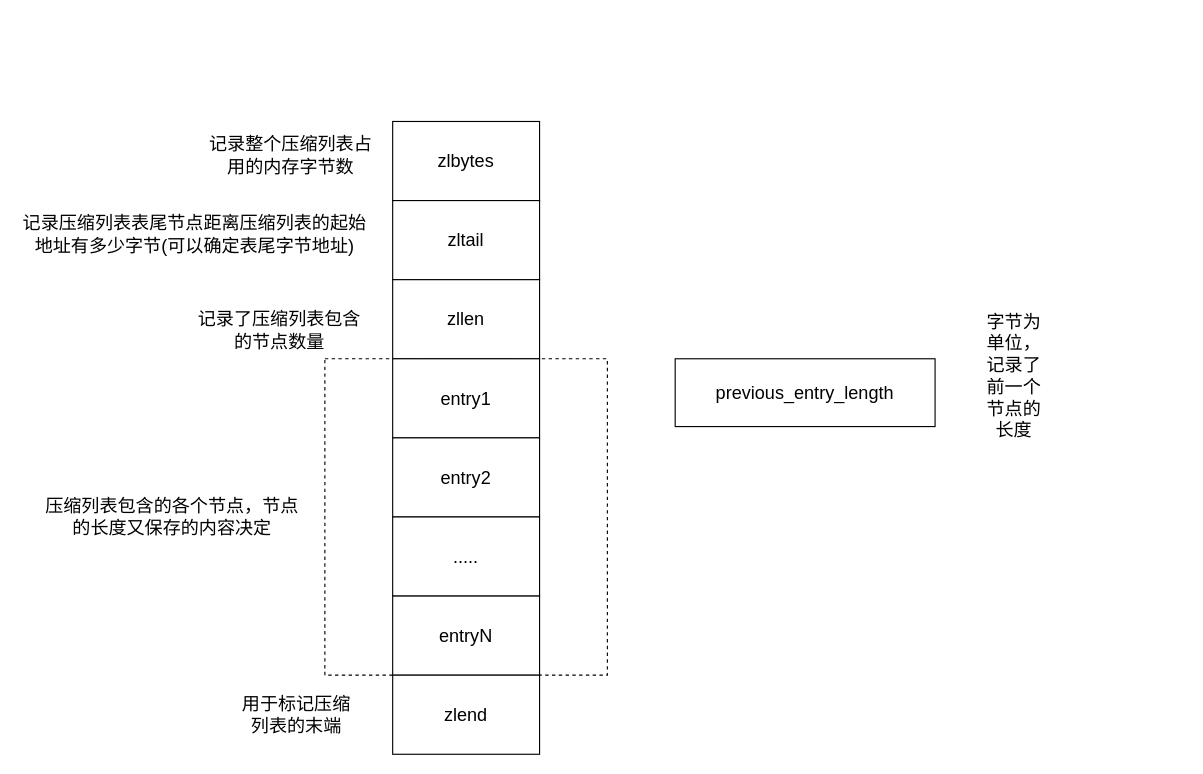
Earlier version of the draw.io diagram page "Redis-Hash" (2 of 2) of Redis/Redis.drawio (zhangyuying-cn/images). Source tidied: cells renumbered, new cells numbered last; positions are measured from the earlier drawing's top-left corner, leaving out a move shared by most shapes. Both pictures are drawn from the tidied source at 113%, with x=0, y=0 at pixel (19, 121).
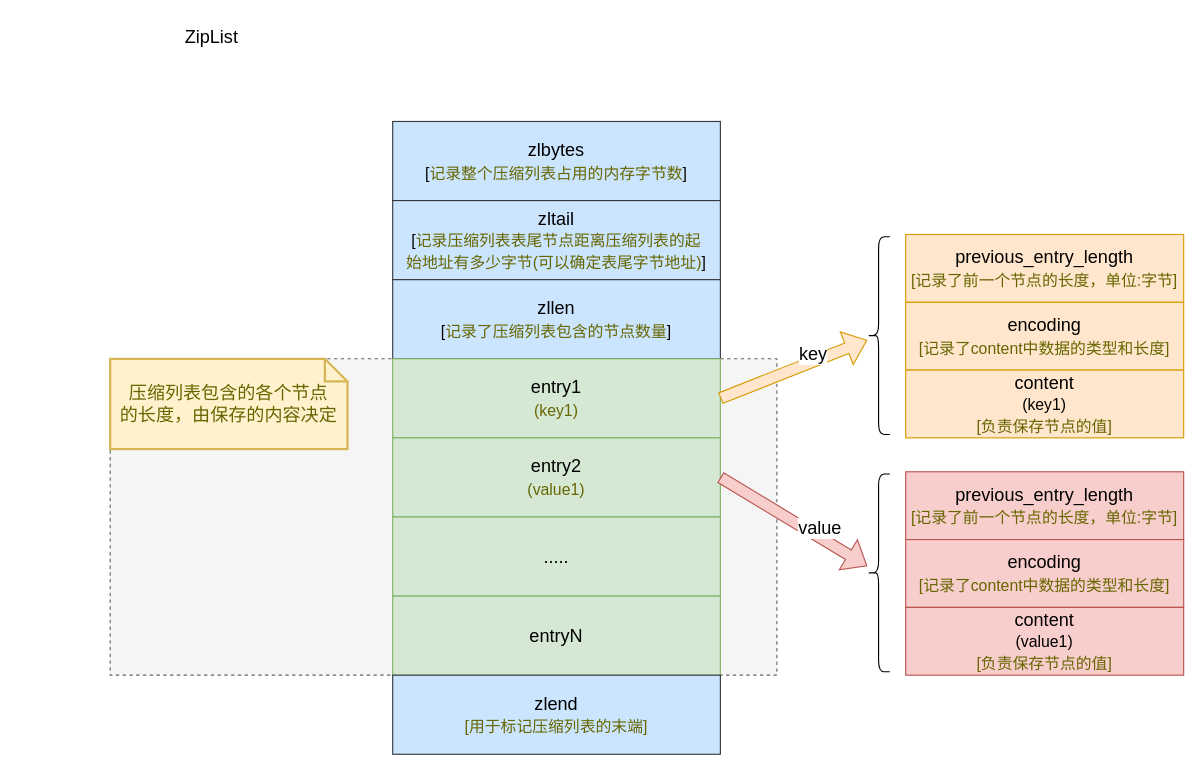
Above is the later version.

Commit message (it also covers changes not shown here):
Hash-zipList

Diff of the diagram source:
```diff
@@
-    <mxCell id="2" style="rounded=0;whiteSpace=wrap;html=1;fontSize=16;strokeWidth=1;gradientColor=none;dashed=1;" parent="1" vertex="1">
-      <mxGeometry x="270" y="210" width="250" height="280" as="geometry" />
+    <mxCell id="2" style="rounded=0;whiteSpace=wrap;html=1;fontSize=16;strokeWidth=1;dashed=1;fillColor=#f5f5f5;strokeColor=#666666;fontColor=#333333;" parent="1" vertex="1">
+      <mxGeometry x="80" y="210" width="590" height="280" as="geometry" />
     </mxCell>
-    <mxCell id="3" value="zlbytes" style="rounded=0;whiteSpace=wrap;html=1;fontSize=16;strokeWidth=1;gradientColor=none;" parent="1" vertex="1">
-      <mxGeometry x="330" width="130" height="70" as="geometry" />
+    <mxCell id="3" value="zlbytes&lt;br&gt;&lt;font style=&quot;font-size: 14px;&quot;&gt;[&lt;span style=&quot;color: rgb(102, 102, 0);&quot;&gt;记录整个压缩列表&lt;/span&gt;&lt;span style=&quot;color: rgb(102, 102, 0);&quot;&gt;占用的内存字节数&lt;/span&gt;]&lt;/font&gt;" style="rounded=0;whiteSpace=wrap;html=1;fontSize=16;strokeWidth=1;fillColor=#cce5ff;strokeColor=#36393d;" parent="1" vertex="1">
+      <mxGeometry x="330" width="290" height="70" as="geometry" />
     </mxCell>
-    <mxCell id="4" value="记录整个压缩列表占用的内存字节数" style="text;html=1;strokeColor=none;fillColor=none;align=center;verticalAlign=middle;whiteSpace=wrap;rounded=0;fontSize=16;" parent="1" vertex="1">
-      <mxGeometry x="160" y="5" width="160" height="50" as="geometry" />
-    </mxCell>
-    <mxCell id="5" value="记录压缩列表表尾节点距离压缩列表的起始地址有多少字节(可以确定表尾字节地址)" style="text;html=1;strokeColor=none;fillColor=none;align=center;verticalAlign=middle;whiteSpace=wrap;rounded=0;fontSize=16;" parent="1" vertex="1">
-      <mxGeometry y="80" width="310" height="40" as="geometry" />
-    </mxCell>
-    <mxCell id="6" value="zltail" style="rounded=0;whiteSpace=wrap;html=1;fontSize=16;strokeWidth=1;gradientColor=none;" parent="1" vertex="1">
-      <mxGeometry x="330" y="70" width="130" height="70" as="geometry" />
+    <mxCell id="6" value="zltail&lt;br&gt;&lt;font style=&quot;font-size: 14px;&quot;&gt;[&lt;font style=&quot;font-size: 14px;&quot;&gt;&lt;span style=&quot;color: rgb(102, 102, 0);&quot;&gt;记录压缩列表表尾节点距离压缩列表的起&lt;br&gt;始&lt;/span&gt;&lt;span style=&quot;color: rgb(102, 102, 0);&quot;&gt;地址有多少字节(可以确定表尾字节地址)&lt;/span&gt;&lt;/font&gt;]&lt;/font&gt;" style="rounded=0;whiteSpace=wrap;html=1;fontSize=16;strokeWidth=1;fillColor=#cce5ff;strokeColor=#36393d;" parent="1" vertex="1">
+      <mxGeometry x="330" y="70" width="290" height="70" as="geometry" />
     </mxCell>
-    <mxCell id="7" value="zllen" style="rounded=0;whiteSpace=wrap;html=1;fontSize=16;strokeWidth=1;gradientColor=none;" parent="1" vertex="1">
-      <mxGeometry x="330" y="140" width="130" height="70" as="geometry" />
+    <mxCell id="7" value="zllen&lt;br&gt;&lt;font style=&quot;font-size: 14px;&quot;&gt;[&lt;span style=&quot;color: rgb(102, 102, 0);&quot;&gt;记录了压缩列表&lt;/span&gt;&lt;span style=&quot;color: rgb(102, 102, 0);&quot;&gt;包含的节点数量&lt;/span&gt;]&lt;/font&gt;" style="rounded=0;whiteSpace=wrap;html=1;fontSize=16;strokeWidth=1;fillColor=#cce5ff;strokeColor=#36393d;" parent="1" vertex="1">
+      <mxGeometry x="330" y="140" width="290" height="70" as="geometry" />
     </mxCell>
-    <mxCell id="8" value="记录了压缩列表包含的节点数量" style="text;html=1;strokeColor=none;fillColor=none;align=center;verticalAlign=middle;whiteSpace=wrap;rounded=0;fontSize=16;" parent="1" vertex="1">
-      <mxGeometry x="150" y="160" width="160" height="50" as="geometry" />
-    </mxCell>
-    <mxCell id="9" value="entry1" style="rounded=0;whiteSpace=wrap;html=1;fontSize=16;strokeWidth=1;gradientColor=none;" parent="1" vertex="1">
-      <mxGeometry x="330" y="210" width="130" height="70" as="geometry" />
+    <mxCell id="9" value="entry1&lt;br&gt;&lt;font style=&quot;font-size: 14px;&quot; color=&quot;#666600&quot;&gt;(key1)&lt;/font&gt;" style="rounded=0;whiteSpace=wrap;html=1;fontSize=16;strokeWidth=1;fillColor=#d5e8d4;strokeColor=#82b366;" parent="1" vertex="1">
+      <mxGeometry x="330" y="210" width="290" height="70" as="geometry" />
     </mxCell>
-    <mxCell id="10" value="entry2" style="rounded=0;whiteSpace=wrap;html=1;fontSize=16;strokeWidth=1;gradientColor=none;" parent="1" vertex="1">
-      <mxGeometry x="330" y="280" width="130" height="70" as="geometry" />
+    <mxCell id="10" value="entry2&lt;br&gt;&lt;font style=&quot;font-size: 14px;&quot; color=&quot;#666600&quot;&gt;(value1)&lt;/font&gt;" style="rounded=0;whiteSpace=wrap;html=1;fontSize=16;strokeWidth=1;fillColor=#d5e8d4;strokeColor=#82b366;" parent="1" vertex="1">
+      <mxGeometry x="330" y="280" width="290" height="70" as="geometry" />
     </mxCell>
-    <mxCell id="11" value="....." style="rounded=0;whiteSpace=wrap;html=1;fontSize=16;strokeWidth=1;gradientColor=none;" parent="1" vertex="1">
-      <mxGeometry x="330" y="350" width="130" height="70" as="geometry" />
+    <mxCell id="11" value="....." style="rounded=0;whiteSpace=wrap;html=1;fontSize=16;strokeWidth=1;fillColor=#d5e8d4;strokeColor=#82b366;" parent="1" vertex="1">
+      <mxGeometry x="330" y="350" width="290" height="70" as="geometry" />
     </mxCell>
-    <mxCell id="12" value="entryN" style="rounded=0;whiteSpace=wrap;html=1;fontSize=16;strokeWidth=1;gradientColor=none;" parent="1" vertex="1">
-      <mxGeometry x="330" y="420" width="130" height="70" as="geometry" />
+    <mxCell id="12" value="entryN" style="rounded=0;whiteSpace=wrap;html=1;fontSize=16;strokeWidth=1;fillColor=#d5e8d4;strokeColor=#82b366;" parent="1" vertex="1">
+      <mxGeometry x="330" y="420" width="290" height="70" as="geometry" />
     </mxCell>
-    <mxCell id="13" value="zlend" style="rounded=0;whiteSpace=wrap;html=1;fontSize=16;strokeWidth=1;gradientColor=none;" parent="1" vertex="1">
-      <mxGeometry x="330" y="490" width="130" height="70" as="geometry" />
+    <mxCell id="13" value="zlend&lt;br&gt;&lt;font color=&quot;#666600&quot; style=&quot;font-size: 14px;&quot;&gt;[用于标记压缩列表的末端]&lt;/font&gt;" style="rounded=0;whiteSpace=wrap;html=1;fontSize=16;strokeWidth=1;fillColor=#cce5ff;strokeColor=#36393d;" parent="1" vertex="1">
+      <mxGeometry x="330" y="490" width="290" height="70" as="geometry" />
     </mxCell>
-    <mxCell id="14" value="用于标记压缩列表的末端" style="text;html=1;strokeColor=none;fillColor=none;align=center;verticalAlign=middle;whiteSpace=wrap;rounded=0;fontSize=16;" parent="1" vertex="1">
-      <mxGeometry x="190" y="510" width="110" height="30" as="geometry" />
-    </mxCell>
-    <mxCell id="15" value="压缩列表包含的各个节点，节点的长度又保存的内容决定" style="text;html=1;strokeColor=none;fillColor=none;align=center;verticalAlign=middle;whiteSpace=wrap;rounded=0;fontSize=16;" parent="1" vertex="1">
-      <mxGeometry x="20" y="285" width="230" height="130" as="geometry" />
-    </mxCell>
-    <mxCell id="16" value="previous_entry_length" style="rounded=0;whiteSpace=wrap;html=1;fontSize=16;strokeWidth=1;gradientColor=none;" parent="1" vertex="1">
-      <mxGeometry x="580" y="210" width="230" height="60" as="geometry" />
+    <mxCell id="16" value="previous_entry_length&lt;br&gt;&lt;font color=&quot;#666600&quot; style=&quot;font-size: 14px;&quot;&gt;[&lt;/font&gt;&lt;span style=&quot;color: rgb(102, 102, 0); font-size: 14px;&quot;&gt;记录了前一个节点的长度，&lt;/span&gt;&lt;font color=&quot;#666600&quot; style=&quot;font-size: 14px;&quot;&gt;单位:字节]&lt;/font&gt;" style="rounded=0;whiteSpace=wrap;html=1;fontSize=16;strokeWidth=1;fillColor=#ffe6cc;strokeColor=#d79b00;" parent="1" vertex="1">
+      <mxGeometry x="784" y="100" width="246" height="60" as="geometry" />
     </mxCell>
-    <mxCell id="17" value="字节为单位，记录了前一个节点的长度" style="text;html=1;strokeColor=none;fillColor=none;align=center;verticalAlign=middle;whiteSpace=wrap;rounded=0;dashed=1;fontSize=16;" parent="1" vertex="1">
-      <mxGeometry x="850" y="210" width="60" height="30" as="geometry" />
-    </mxCell>
+    <mxCell id="18" value="encoding&lt;br&gt;&lt;font color=&quot;#666600&quot; style=&quot;font-size: 14px;&quot;&gt;[记录了content中数据的类型和长度]&lt;/font&gt;" style="rounded=0;whiteSpace=wrap;html=1;fontSize=16;strokeWidth=1;fillColor=#ffe6cc;strokeColor=#d79b00;" parent="1" vertex="1">
+      <mxGeometry x="784" y="160" width="246" height="60" as="geometry" />
+    </mxCell>
+    <mxCell id="19" value="content&lt;br&gt;&lt;font style=&quot;font-size: 14px;&quot;&gt;(key1)&lt;br&gt;&lt;font color=&quot;#666600&quot;&gt;[负责保存节点的值]&lt;/font&gt;&lt;/font&gt;" style="rounded=0;whiteSpace=wrap;html=1;fontSize=16;strokeWidth=1;fillColor=#ffe6cc;strokeColor=#d79b00;" parent="1" vertex="1">
+      <mxGeometry x="784" y="220" width="246" height="60" as="geometry" />
+    </mxCell>
+    <mxCell id="20" style="shape=curlyBracket;whiteSpace=wrap;html=1;rounded=1;fontSize=16;strokeWidth=1;gradientColor=none;" parent="1" vertex="1">
+      <mxGeometry x="750" y="102" width="20" height="175" as="geometry" />
+    </mxCell>
+    <mxCell id="21" style="shape=flexArrow;endArrow=classic;html=1;rounded=0;fontSize=16;exitX=1;exitY=0.5;exitDx=0;exitDy=0;fillColor=#ffe6cc;strokeColor=#d79b00;" parent="1" edge="1" source="9" target="20">
+      <mxGeometry relative="1" as="geometry" />
+    </mxCell>
+    <mxCell id="22" value="key" style="edgeLabel;html=1;align=center;verticalAlign=middle;fontSize=16;" parent="21" vertex="1">
+      <mxGeometry x="0.16" relative="1" as="geometry">
+        <mxPoint x="6" y="-10" as="offset" />
+      </mxGeometry>
+    </mxCell>
+    <mxCell id="23" style="shape=curlyBracket;whiteSpace=wrap;html=1;rounded=1;fontSize=16;strokeWidth=1;gradientColor=none;" parent="1" vertex="1">
+      <mxGeometry x="750" y="312" width="20" height="175" as="geometry" />
+    </mxCell>
+    <mxCell id="24" style="shape=flexArrow;endArrow=classic;html=1;rounded=0;fontSize=16;exitX=1;exitY=0.5;exitDx=0;exitDy=0;fillColor=#f8cecc;strokeColor=#b85450;" parent="1" edge="1" source="10" target="23">
+      <mxGeometry relative="1" as="geometry" />
+    </mxCell>
+    <mxCell id="25" value="value" style="edgeLabel;html=1;align=center;verticalAlign=middle;fontSize=16;" parent="24" vertex="1">
+      <mxGeometry x="0.2" y="2" relative="1" as="geometry">
+        <mxPoint x="9" y="-1" as="offset" />
+      </mxGeometry>
+    </mxCell>
+    <mxCell id="26" value="ZipList" style="text;html=1;strokeColor=none;fillColor=none;align=center;verticalAlign=middle;whiteSpace=wrap;rounded=0;fontSize=16;" parent="1" vertex="1">
+      <mxGeometry x="140" y="-90" width="60" height="30" as="geometry" />
+    </mxCell>
+    <mxCell id="27" value="&lt;span style=&quot;font-size: 16px;&quot;&gt;压缩列表包含的各个节点&lt;br&gt;的长度，由保存的内容决定&lt;/span&gt;" style="shape=note;strokeWidth=2;fontSize=14;size=20;whiteSpace=wrap;html=1;fillColor=#fff2cc;strokeColor=#d6b656;fontColor=#666600;" parent="1" vertex="1">
+      <mxGeometry x="80" y="210" width="210" height="80" as="geometry" />
+    </mxCell>
+    <mxCell id="28" value="previous_entry_length&lt;br&gt;&lt;font color=&quot;#666600&quot; style=&quot;font-size: 14px;&quot;&gt;[&lt;/font&gt;&lt;span style=&quot;color: rgb(102, 102, 0); font-size: 14px;&quot;&gt;记录了前一个节点的长度，&lt;/span&gt;&lt;font color=&quot;#666600&quot; style=&quot;font-size: 14px;&quot;&gt;单位:字节]&lt;/font&gt;" style="rounded=0;whiteSpace=wrap;html=1;fontSize=16;strokeWidth=1;fillColor=#f8cecc;strokeColor=#b85450;" parent="1" vertex="1">
+      <mxGeometry x="784" y="310" width="246" height="60" as="geometry" />
+    </mxCell>
+    <mxCell id="29" value="encoding&lt;br&gt;&lt;font color=&quot;#666600&quot; style=&quot;font-size: 14px;&quot;&gt;[记录了content中数据的类型和长度]&lt;/font&gt;" style="rounded=0;whiteSpace=wrap;html=1;fontSize=16;strokeWidth=1;fillColor=#f8cecc;strokeColor=#b85450;" parent="1" vertex="1">
+      <mxGeometry x="784" y="370" width="246" height="60" as="geometry" />
+    </mxCell>
+    <mxCell id="30" value="content&lt;br&gt;&lt;font style=&quot;font-size: 14px;&quot;&gt;(value1)&lt;br&gt;&lt;font color=&quot;#666600&quot;&gt;[负责保存节点的值]&lt;/font&gt;&lt;/font&gt;" style="rounded=0;whiteSpace=wrap;html=1;fontSize=16;strokeWidth=1;fillColor=#f8cecc;strokeColor=#b85450;" parent="1" vertex="1">
+      <mxGeometry x="784" y="430" width="246" height="60" as="geometry" />
+    </mxCell>
```
